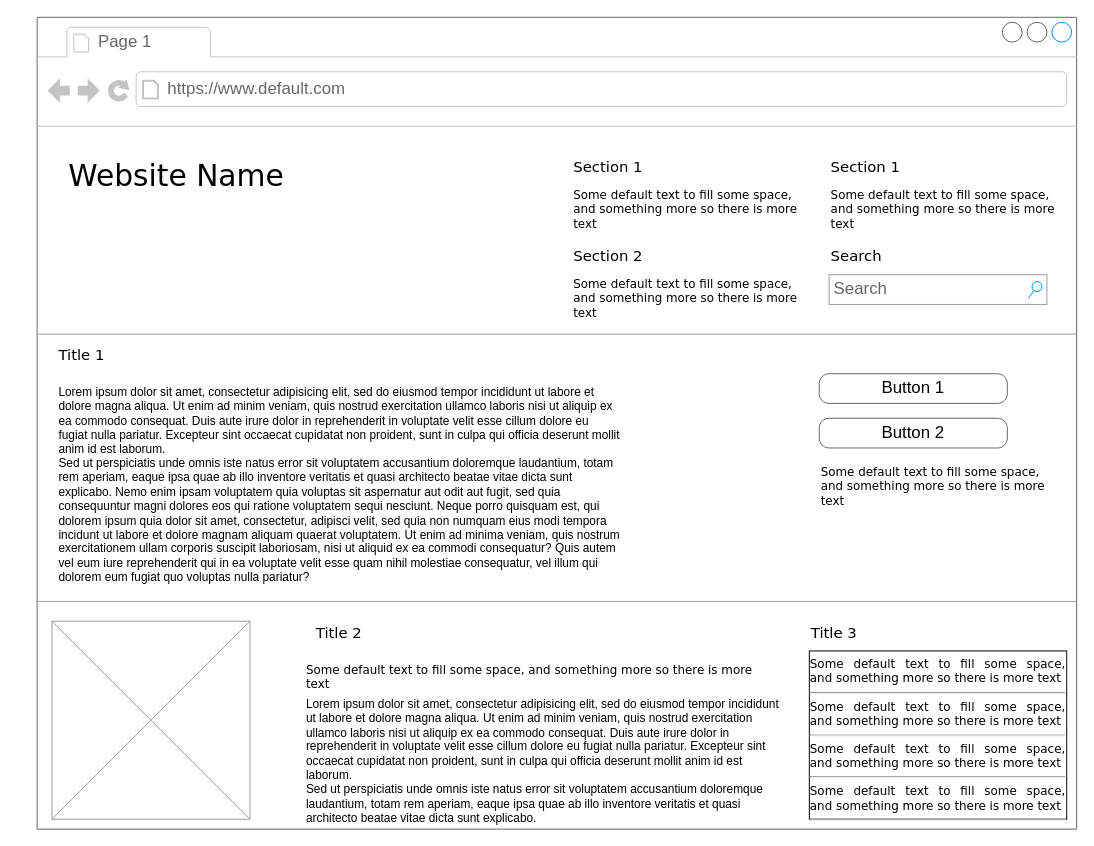
The draw.io diagram Diagram zonder titel.drawio in BillAbz/TestFundamentals, before the edit. Source tidied: cells renumbered, new cells numbered last; positions are measured from the earlier drawing's top-left corner, leaving out a move shared by most shapes. Both pictures are drawn from the tidied source at 99%, with x=0, y=0 at pixel (37, 17).
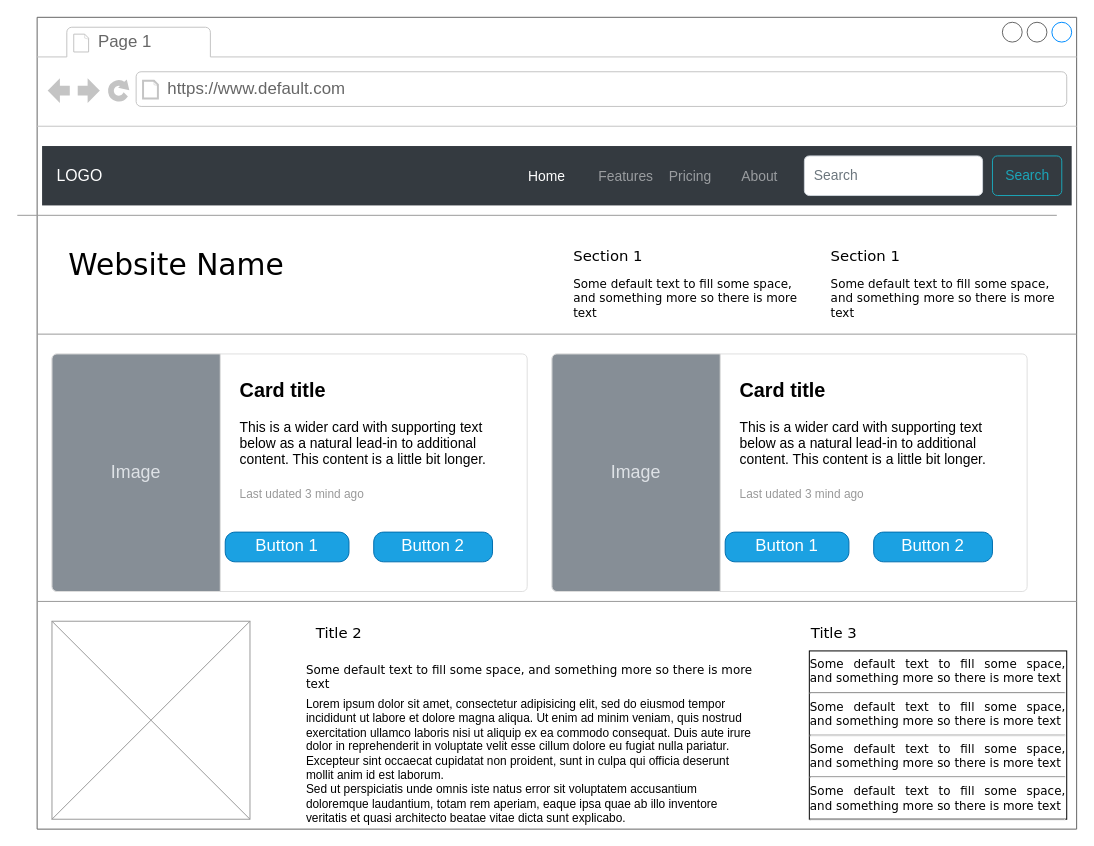
The same page after the edit.

Unchanged cells that the change refers to:
```xml
<mxCell id="2" style="strokeWidth=1;shadow=0;dashed=0;align=center;html=1;shape=mxgraph.mockup.containers.browserWindow;rSize=0;strokeColor=#666666;mainText=,;rounded=0;labelBackgroundColor=none;fontFamily=Verdana;fontSize=12;" parent="1" vertex="1">
  <mxGeometry width="1050" height="820" as="geometry" />
</mxCell>
```

Diff of the diagram source:
```diff
@@
     <mxCell id="5" value="Website Name" style="text;html=1;align=left;verticalAlign=top;spacingTop=-4;fontSize=30;fontFamily=Verdana;" parent="2" vertex="1">
-      <mxGeometry x="30" y="140" width="340" height="50" as="geometry" />
+      <mxGeometry x="30" y="230" width="340" height="50" as="geometry" />
     </mxCell>
     <mxCell id="6" value="Section 1" style="text;html=1;align=left;verticalAlign=top;spacingTop=-4;fontSize=15;fontFamily=Verdana;" parent="2" vertex="1">
-      <mxGeometry x="540" y="140" width="170" height="30" as="geometry" />
+      <mxGeometry x="540" y="230" width="170" height="30" as="geometry" />
     </mxCell>
     <mxCell id="7" value="Some default text to fill some space, and&amp;nbsp;&lt;span&gt;something more so there is more text&lt;/span&gt;" style="text;html=1;align=left;verticalAlign=top;spacingTop=-4;fontSize=12;fontFamily=Verdana;whiteSpace=wrap;" parent="2" vertex="1">
-      <mxGeometry x="540" y="170" width="240" height="40" as="geometry" />
+      <mxGeometry x="540" y="260" width="240" height="40" as="geometry" />
     </mxCell>
-    <mxCell id="8" value="Section 2" style="text;html=1;align=left;verticalAlign=top;spacingTop=-4;fontSize=15;fontFamily=Verdana;" parent="2" vertex="1">
-      <mxGeometry x="540" y="230" width="170" height="30" as="geometry" />
-    </mxCell>
-    <mxCell id="9" value="Some default text to fill some space, and&amp;nbsp;&lt;span&gt;something more so there is more text&lt;/span&gt;" style="text;html=1;align=left;verticalAlign=top;spacingTop=-4;fontSize=12;fontFamily=Verdana;whiteSpace=wrap;" parent="2" vertex="1">
-      <mxGeometry x="540" y="260" width="240" height="40" as="geometry" />
-    </mxCell>
     <mxCell id="10" value="Section 1" style="text;html=1;align=left;verticalAlign=top;spacingTop=-4;fontSize=15;fontFamily=Verdana;" parent="2" vertex="1">
-      <mxGeometry x="800" y="140" width="170" height="30" as="geometry" />
+      <mxGeometry x="800" y="230" width="170" height="30" as="geometry" />
     </mxCell>
     <mxCell id="11" value="Some default text to fill some space, and&amp;nbsp;&lt;span&gt;something more so there is more text&lt;/span&gt;" style="text;html=1;align=left;verticalAlign=top;spacingTop=-4;fontSize=12;fontFamily=Verdana;whiteSpace=wrap;" parent="2" vertex="1">
-      <mxGeometry x="800" y="170" width="240" height="40" as="geometry" />
+      <mxGeometry x="800" y="260" width="240" height="40" as="geometry" />
     </mxCell>
-    <mxCell id="12" value="Search" style="text;html=1;align=left;verticalAlign=top;spacingTop=-4;fontSize=15;fontFamily=Verdana;" parent="2" vertex="1">
-      <mxGeometry x="800" y="230" width="170" height="30" as="geometry" />
-    </mxCell>
-    <mxCell id="13" value="Search" style="strokeWidth=1;shadow=0;dashed=0;align=center;html=1;shape=mxgraph.mockup.forms.searchBox;strokeColor=#999999;mainText=;strokeColor2=#008cff;fontColor=#666666;fontSize=17;align=left;spacingLeft=3;rounded=0;labelBackgroundColor=none;" parent="2" vertex="1">
-      <mxGeometry x="800" y="260" width="220" height="30" as="geometry" />
-    </mxCell>
@@
-    <mxCell id="15" value="Title 1" style="text;html=1;align=left;verticalAlign=top;spacingTop=-4;fontSize=15;fontFamily=Verdana;" parent="2" vertex="1">
-      <mxGeometry x="20" y="330" width="170" height="30" as="geometry" />
-    </mxCell>
-    <mxCell id="16" value="Lorem ipsum dolor sit amet, consectetur adipisicing elit, sed do eiusmod tempor incididunt ut labore et dolore magna aliqua. Ut enim ad minim veniam, quis nostrud exercitation ullamco laboris nisi ut aliquip ex ea commodo consequat. Duis aute irure dolor in reprehenderit in voluptate velit esse cillum dolore eu fugiat nulla pariatur. Excepteur sint occaecat cupidatat non proident, sunt in culpa qui officia deserunt mollit anim id est laborum.&#10;Sed ut perspiciatis unde omnis iste natus error sit voluptatem accusantium doloremque laudantium, totam rem aperiam, eaque ipsa quae ab illo inventore veritatis et quasi architecto beatae vitae dicta sunt explicabo. Nemo enim ipsam voluptatem quia voluptas sit aspernatur aut odit aut fugit, sed quia consequuntur magni dolores eos qui ratione voluptatem sequi nesciunt. Neque porro quisquam est, qui dolorem ipsum quia dolor sit amet, consectetur, adipisci velit, sed quia non numquam eius modi tempora incidunt ut labore et dolore magnam aliquam quaerat voluptatem. Ut enim ad minima veniam, quis nostrum exercitationem ullam corporis suscipit laboriosam, nisi ut aliquid ex ea commodi consequatur? Quis autem vel eum iure reprehenderit qui in ea voluptate velit esse quam nihil molestiae consequatur, vel illum qui dolorem eum fugiat quo voluptas nulla pariatur?" style="text;spacingTop=-5;whiteSpace=wrap;html=1;align=left;fontSize=12;fontFamily=Helvetica;fillColor=none;strokeColor=none;rounded=0;shadow=1;labelBackgroundColor=none;" parent="2" vertex="1">
-      <mxGeometry x="20" y="370" width="570" height="240" as="geometry" />
-    </mxCell>
-    <mxCell id="17" value="Button 1" style="strokeWidth=1;shadow=0;dashed=0;align=center;html=1;shape=mxgraph.mockup.buttons.button;strokeColor=#666666;mainText=;buttonStyle=round;fontSize=17;fontStyle=0;fillColor=none;whiteSpace=wrap;rounded=0;labelBackgroundColor=none;" parent="2" vertex="1">
-      <mxGeometry x="790" y="360" width="190" height="30" as="geometry" />
-    </mxCell>
-    <mxCell id="18" value="Button 2" style="strokeWidth=1;shadow=0;dashed=0;align=center;html=1;shape=mxgraph.mockup.buttons.button;strokeColor=#666666;mainText=;buttonStyle=round;fontSize=17;fontStyle=0;fillColor=none;whiteSpace=wrap;rounded=0;labelBackgroundColor=none;" parent="2" vertex="1">
-      <mxGeometry x="790" y="405" width="190" height="30" as="geometry" />
-    </mxCell>
-    <mxCell id="19" value="Some default text to fill some space, and&amp;nbsp;&lt;span&gt;something more so there is more text&lt;/span&gt;" style="text;html=1;align=left;verticalAlign=top;spacingTop=-4;fontSize=12;fontFamily=Verdana;whiteSpace=wrap;" parent="2" vertex="1">
-      <mxGeometry x="790" y="450" width="240" height="40" as="geometry" />
-    </mxCell>
@@
+    <mxCell id="27" value="&lt;b&gt;&lt;font style=&quot;font-size: 20px&quot;&gt;Card title&lt;/font&gt;&lt;/b&gt;&lt;br&gt;&lt;br&gt;This is a wider card with supporting text below as a natural lead-in to additional content. This content is a little bit longer.&lt;br&gt;&lt;br&gt;&lt;font style=&quot;font-size: 12px&quot; color=&quot;#999999&quot;&gt;Last udated 3 mind ago&lt;/font&gt;" style="html=1;shadow=0;dashed=0;shape=mxgraph.bootstrap.rrect;rSize=5;strokeColor=#DFDFDF;html=1;whiteSpace=wrap;fillColor=#ffffff;fontColor=#000000;verticalAlign=top;align=left;spacing=20;fontSize=14;spacingLeft=170;" parent="2" vertex="1">
+      <mxGeometry x="15" y="340" width="480" height="240" as="geometry" />
+    </mxCell>
+    <mxCell id="28" value="Image" style="html=1;shadow=0;dashed=0;shape=mxgraph.bootstrap.leftButton;rSize=5;perimeter=none;whiteSpace=wrap;fillColor=#868E96;strokeColor=#DFDFDF;fontColor=#DEE2E6;fontSize=18;" parent="27" vertex="1">
+      <mxGeometry width="170" height="240" relative="1" as="geometry" />
+    </mxCell>
+    <mxCell id="17" value="Button 1" style="strokeWidth=1;shadow=0;dashed=0;align=center;html=1;shape=mxgraph.mockup.buttons.button;strokeColor=#006EAF;mainText=;buttonStyle=round;fontSize=17;fontStyle=0;fillColor=#1ba1e2;whiteSpace=wrap;rounded=0;labelBackgroundColor=none;fontColor=#ffffff;" parent="27" vertex="1">
+      <mxGeometry x="175" y="180" width="125" height="30" as="geometry" />
+    </mxCell>
+    <mxCell id="18" value="Button 2" style="strokeWidth=1;shadow=0;dashed=0;align=center;html=1;shape=mxgraph.mockup.buttons.button;strokeColor=#006EAF;mainText=;buttonStyle=round;fontSize=17;fontStyle=0;fillColor=#1ba1e2;whiteSpace=wrap;rounded=0;labelBackgroundColor=none;fontColor=#ffffff;" parent="27" vertex="1">
+      <mxGeometry x="325" y="180" width="120" height="30" as="geometry" />
+    </mxCell>
+    <mxCell id="29" style="verticalLabelPosition=bottom;shadow=0;dashed=0;align=center;html=1;verticalAlign=top;strokeWidth=1;shape=mxgraph.mockup.markup.line;strokeColor=#999999;rounded=0;labelBackgroundColor=none;fillColor=#ffffff;fontFamily=Verdana;fontSize=12;fontColor=#000000;" parent="2" vertex="1">
+      <mxGeometry x="-20" y="190" width="1050" height="20" as="geometry" />
+    </mxCell>
+    <mxCell id="30" value="&lt;b&gt;&lt;font style=&quot;font-size: 20px&quot;&gt;Card title&lt;/font&gt;&lt;/b&gt;&lt;br&gt;&lt;br&gt;This is a wider card with supporting text below as a natural lead-in to additional content. This content is a little bit longer.&lt;br&gt;&lt;br&gt;&lt;font style=&quot;font-size: 12px&quot; color=&quot;#999999&quot;&gt;Last udated 3 mind ago&lt;/font&gt;" style="html=1;shadow=0;dashed=0;shape=mxgraph.bootstrap.rrect;rSize=5;strokeColor=#DFDFDF;html=1;whiteSpace=wrap;fillColor=#ffffff;fontColor=#000000;verticalAlign=top;align=left;spacing=20;fontSize=14;spacingLeft=170;" parent="2" vertex="1">
+      <mxGeometry x="520" y="340" width="480" height="240" as="geometry" />
+    </mxCell>
+    <mxCell id="31" value="Image" style="html=1;shadow=0;dashed=0;shape=mxgraph.bootstrap.leftButton;rSize=5;perimeter=none;whiteSpace=wrap;fillColor=#868E96;strokeColor=#DFDFDF;fontColor=#DEE2E6;fontSize=18;" parent="30" vertex="1">
+      <mxGeometry width="170" height="240" relative="1" as="geometry" />
+    </mxCell>
+    <mxCell id="32" value="Button 1" style="strokeWidth=1;shadow=0;dashed=0;align=center;html=1;shape=mxgraph.mockup.buttons.button;strokeColor=#006EAF;mainText=;buttonStyle=round;fontSize=17;fontStyle=0;fillColor=#1ba1e2;whiteSpace=wrap;rounded=0;labelBackgroundColor=none;fontColor=#ffffff;" parent="30" vertex="1">
+      <mxGeometry x="175" y="180" width="125" height="30" as="geometry" />
+    </mxCell>
+    <mxCell id="33" value="Button 2" style="strokeWidth=1;shadow=0;dashed=0;align=center;html=1;shape=mxgraph.mockup.buttons.button;strokeColor=#006EAF;mainText=;buttonStyle=round;fontSize=17;fontStyle=0;fillColor=#1ba1e2;whiteSpace=wrap;rounded=0;labelBackgroundColor=none;fontColor=#ffffff;" parent="30" vertex="1">
+      <mxGeometry x="325" y="180" width="120" height="30" as="geometry" />
+    </mxCell>
+    <mxCell id="34" value="LOGO" style="html=1;shadow=0;dashed=0;fillColor=#343A40;strokeColor=none;fontSize=16;fontColor=#ffffff;align=left;spacing=15;" parent="2" vertex="1">
+      <mxGeometry x="5" y="130" width="1040" height="60" as="geometry" />
+    </mxCell>
+    <mxCell id="35" value="Home" style="fillColor=none;strokeColor=none;fontSize=14;fontColor=#ffffff;align=center;" parent="34" vertex="1">
+      <mxGeometry width="70" height="40" relative="1" as="geometry">
+        <mxPoint x="475" y="10" as="offset" />
+      </mxGeometry>
+    </mxCell>
+    <mxCell id="36" value="Features" style="fillColor=none;strokeColor=none;fontSize=14;fontColor=#9A9DA0;align=center;" parent="34" vertex="1">
+      <mxGeometry width="70" height="40" relative="1" as="geometry">
+        <mxPoint x="555" y="10" as="offset" />
+      </mxGeometry>
+    </mxCell>
+    <mxCell id="37" value="Pricing" style="fillColor=none;strokeColor=none;fontSize=14;fontColor=#9A9DA0;align=center;spacingRight=0;" parent="34" vertex="1">
+      <mxGeometry width="80" height="40" relative="1" as="geometry">
+        <mxPoint x="615" y="10" as="offset" />
+      </mxGeometry>
+    </mxCell>
+    <mxCell id="38" value="About" style="fillColor=none;strokeColor=none;fontSize=14;fontColor=#9A9DA0;align=center;" parent="34" vertex="1">
+      <mxGeometry width="80" height="40" relative="1" as="geometry">
+        <mxPoint x="685" y="10" as="offset" />
+      </mxGeometry>
+    </mxCell>
+    <mxCell id="39" value="Search" style="html=1;shadow=0;dashed=0;shape=mxgraph.bootstrap.rrect;rSize=5;fontSize=14;fontColor=#1CA5B8;strokeColor=#1CA5B8;fillColor=none;" parent="34" vertex="1">
+      <mxGeometry x="1" width="70" height="40" relative="1" as="geometry">
+        <mxPoint x="-80" y="10" as="offset" />
+      </mxGeometry>
+    </mxCell>
+    <mxCell id="40" value="Search" style="html=1;shadow=0;dashed=0;shape=mxgraph.bootstrap.rrect;rSize=5;fontSize=14;fontColor=#6C767D;strokeColor=#CED4DA;fillColor=#ffffff;align=left;spacing=10;" parent="34" vertex="1">
+      <mxGeometry x="1" width="180" height="40" relative="1" as="geometry">
+        <mxPoint x="-270" y="10" as="offset" />
+      </mxGeometry>
+    </mxCell>
     <mxCell id="26" value="Lorem ipsum dolor sit amet, consectetur adipisicing elit, sed do eiusmod tempor incididunt ut labore et dolore magna aliqua. Ut enim ad minim veniam, quis nostrud exercitation ullamco laboris nisi ut aliquip ex ea commodo consequat. Duis aute irure dolor in reprehenderit in voluptate velit esse cillum dolore eu fugiat nulla pariatur. Excepteur sint occaecat cupidatat non proident, sunt in culpa qui officia deserunt mollit anim id est laborum.&lt;br&gt;Sed ut perspiciatis unde omnis iste natus error sit voluptatem accusantium doloremque laudantium, totam rem aperiam, eaque ipsa quae ab illo inventore veritatis et quasi architecto beatae vitae dicta sunt explicabo.&amp;nbsp;" style="text;spacingTop=-5;whiteSpace=wrap;html=1;align=left;fontSize=12;fontFamily=Helvetica;fillColor=none;strokeColor=none;rounded=0;shadow=1;labelBackgroundColor=none;" parent="1" vertex="1">
-      <mxGeometry x="270" y="685" width="490" height="125" as="geometry" />
+      <mxGeometry x="270" y="685" width="460" height="125" as="geometry" />
     </mxCell>
```
